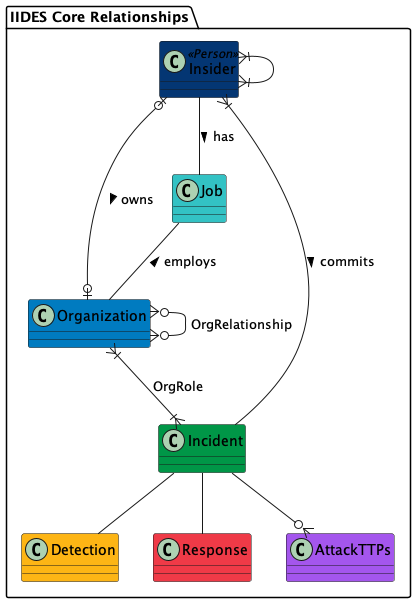
cmu-sei/iides keeps this PlantUML diagram as UML/out/IIDES_Core.png. Above is the earlier version.
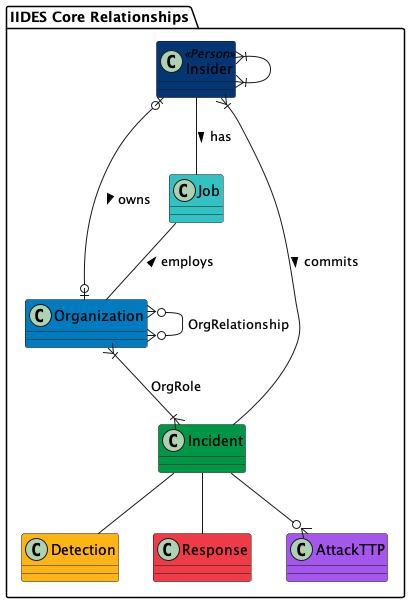
After the commit.

What changed in the source:
```diff
@@ -7,7 +7,7 @@
     class Job #33c2C4 {}
     class Detection #FDB515 {}
     class Response #EF3A47 {}
-    class AttackTTPs #A456ED {}
+    class AttackTTP #A456ED {}
 
     Incident --|{ Insider : commits <
     Job -- Organization : employs <
@@ -18,6 +18,6 @@
     Insider }|--|{ Insider
     Incident -- Detection
     Incident -- Response
-    Incident --o{ AttackTTPs
+    Incident --o{ AttackTTP
 }
 @enduml
```
